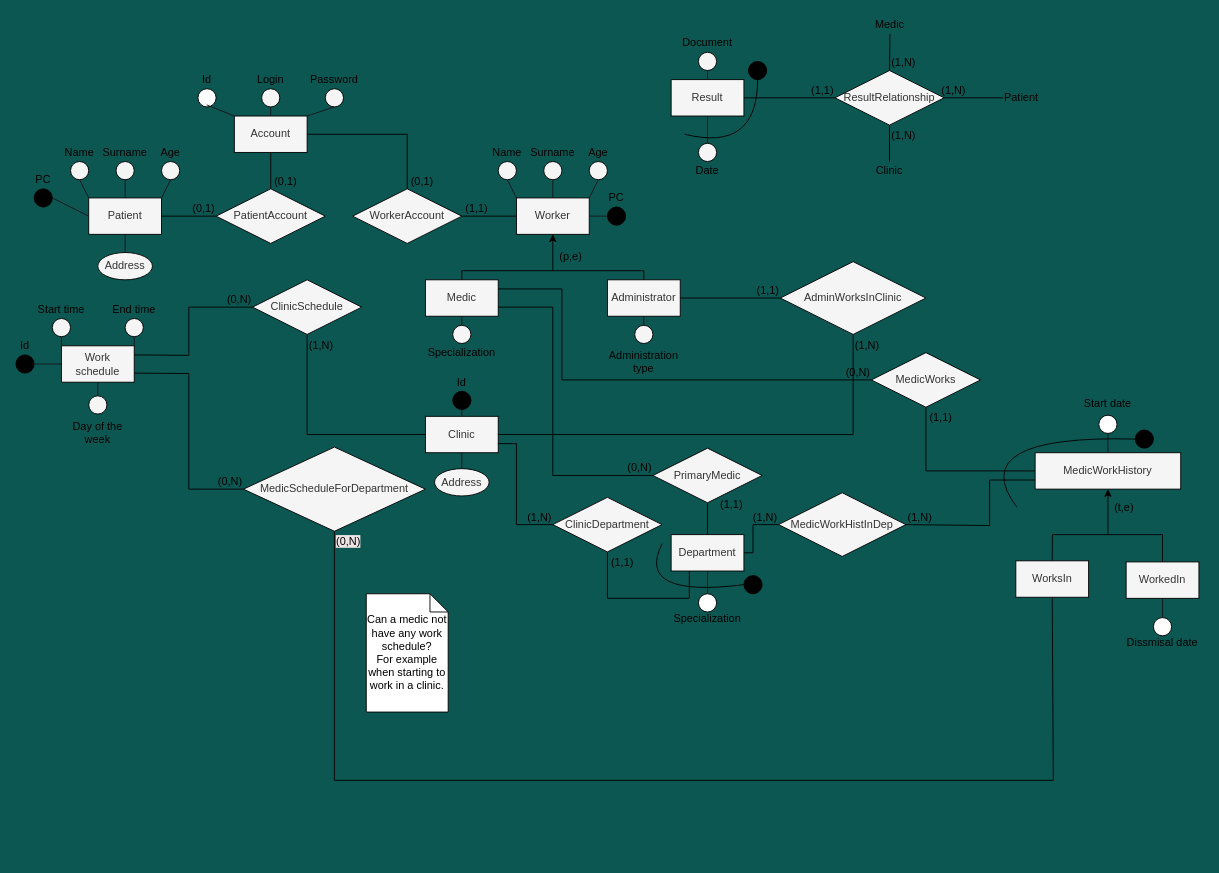
This is Untitled Diagram.drawio from UniFI-Students/DBIS, a draw.io file, before an edit. Source tidied: cells renumbered, new cells numbered last; positions are measured from the earlier drawing's top-left corner, leaving out a move shared by most shapes. Both pictures are drawn from the tidied source at 91%, with x=0, y=0 at pixel (15, 15).
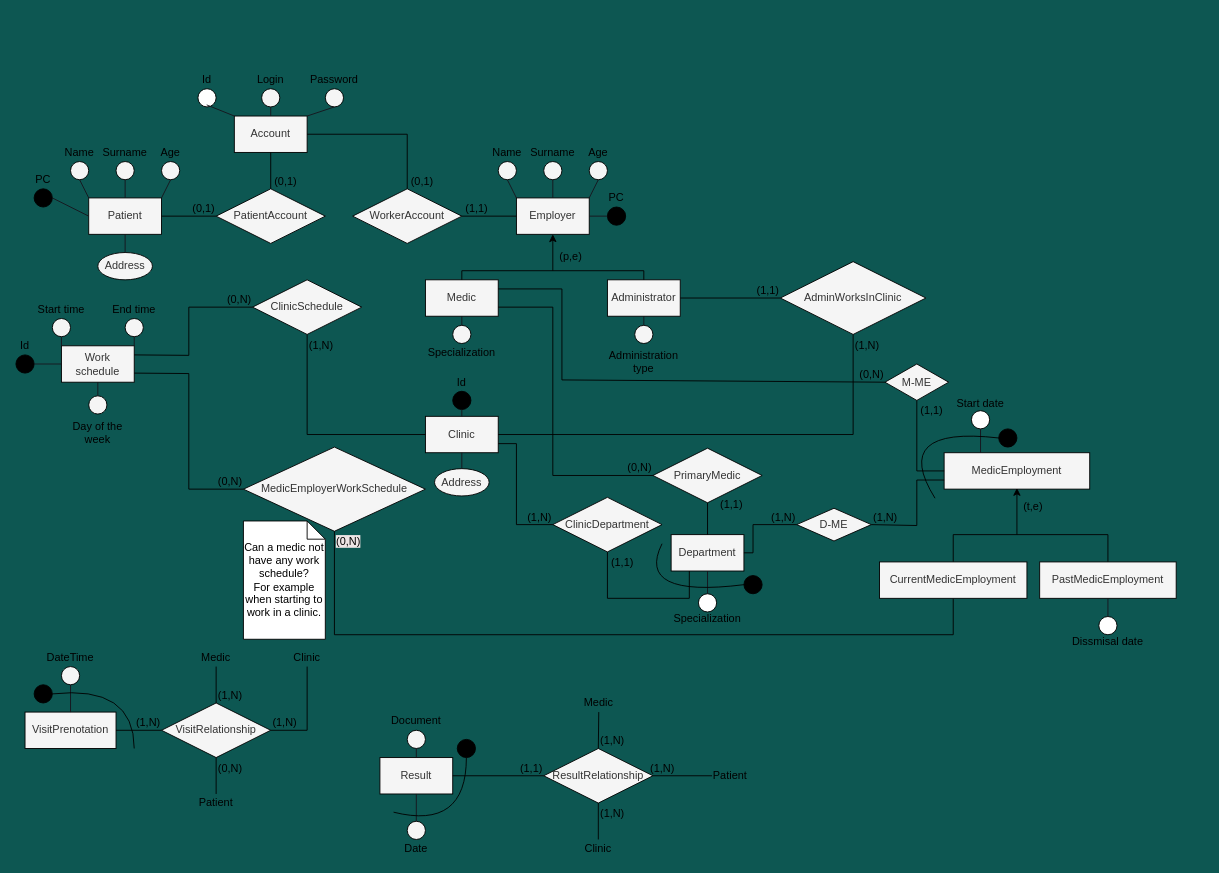
The same diagram, later.

Diff of the diagram source:
```diff
@@
     <mxCell id="4" value="Result" style="whiteSpace=wrap;html=1;align=center;fillColor=#f5f5f5;fontColor=#333333;strokeColor=#000000;" parent="1" vertex="1">
-      <mxGeometry x="720" y="70" width="80" height="40" as="geometry" />
+      <mxGeometry x="400" y="815" width="80" height="40" as="geometry" />
     </mxCell>
@@
-    <mxCell id="16" value="Worker" style="whiteSpace=wrap;html=1;align=center;fillColor=#f5f5f5;fontColor=#333333;strokeColor=#000000;" parent="1" vertex="1">
+    <mxCell id="16" value="Employer" style="whiteSpace=wrap;html=1;align=center;fillColor=#f5f5f5;fontColor=#333333;strokeColor=#000000;" parent="1" vertex="1">
       <mxGeometry x="550" y="200" width="80" height="40" as="geometry" />
     </mxCell>
@@
     <mxCell id="75" style="ellipse;whiteSpace=wrap;html=1;fillColor=#f5f5f5;fontColor=#333333;strokeColor=#000000;" parent="1" vertex="1">
-      <mxGeometry x="750" y="40" width="20" height="20" as="geometry" />
+      <mxGeometry x="430" y="785" width="20" height="20" as="geometry" />
     </mxCell>
     <mxCell id="76" value="Document" style="text;html=1;align=center;verticalAlign=middle;whiteSpace=wrap;rounded=0;fontColor=#000000;" parent="1" vertex="1">
-      <mxGeometry x="750" y="20" width="20" height="20" as="geometry" />
+      <mxGeometry x="410" y="765" width="60" height="20" as="geometry" />
     </mxCell>
@@
     <mxCell id="79" style="ellipse;whiteSpace=wrap;html=1;fillColor=#f5f5f5;fontColor=#333333;strokeColor=#000000;" parent="1" vertex="1">
-      <mxGeometry x="750" y="140" width="20" height="20" as="geometry" />
+      <mxGeometry x="430" y="885" width="20" height="20" as="geometry" />
     </mxCell>
     <mxCell id="80" value="Date" style="text;html=1;align=center;verticalAlign=middle;whiteSpace=wrap;rounded=0;fontColor=#000000;" parent="1" vertex="1">
-      <mxGeometry x="750" y="160" width="20" height="20" as="geometry" />
+      <mxGeometry x="430" y="905" width="20" height="20" as="geometry" />
     </mxCell>
@@
-    <mxCell id="87" value="MedicScheduleForDepartment" style="shape=rhombus;perimeter=rhombusPerimeter;whiteSpace=wrap;html=1;align=center;strokeColor=#000000;fillColor=#f5f5f5;fontColor=#333333;" parent="1" vertex="1">
+    <mxCell id="87" value="MedicEmployerWorkSchedule" style="shape=rhombus;perimeter=rhombusPerimeter;whiteSpace=wrap;html=1;align=center;strokeColor=#000000;fillColor=#f5f5f5;fontColor=#333333;" parent="1" vertex="1">
       <mxGeometry x="250" y="473.8" width="200" height="92.5" as="geometry" />
     </mxCell>
@@
     <mxCell id="90" value="Can a medic not have any work schedule?&lt;br&gt;For example when starting to work in a clinic." style="shape=note;size=20;whiteSpace=wrap;html=1;" parent="1" vertex="1">
-      <mxGeometry x="385" y="635" width="90" height="130" as="geometry" />
+      <mxGeometry x="250" y="555" width="90" height="130" as="geometry" />
     </mxCell>
@@
     <mxCell id="113" style="endArrow=none;html=1;rounded=0;strokeColor=#000000;fontColor=#000000;entryX=0.5;entryY=1;entryDx=0;entryDy=0;exitX=0.5;exitY=1;exitDx=0;exitDy=0;" parent="1" edge="1" source="129" target="87">
       <mxGeometry relative="1" as="geometry">
         <Array as="points">
-          <mxPoint x="1140" y="840" />
-          <mxPoint x="350" y="840" />
+          <mxPoint x="1030" y="680" />
+          <mxPoint x="350" y="680" />
         </Array>
       </mxGeometry>
     </mxCell>
@@
-    <mxCell id="122" value="MedicWorkHistory" style="whiteSpace=wrap;html=1;align=center;fillColor=#f5f5f5;fontColor=#333333;strokeColor=#000000;" parent="1" vertex="1">
-      <mxGeometry x="1120" y="480" width="160" height="40" as="geometry" />
+    <mxCell id="122" value="MedicEmployment" style="whiteSpace=wrap;html=1;align=center;fillColor=#f5f5f5;fontColor=#333333;strokeColor=#000000;" parent="1" vertex="1">
+      <mxGeometry x="1020" y="480" width="160" height="40" as="geometry" />
     </mxCell>
     <mxCell id="123" style="endArrow=none;html=1;rounded=0;strokeColor=#000000;" parent="1" edge="1">
       <mxGeometry relative="1" as="geometry">
-        <mxPoint x="1139" y="570" as="sourcePoint" />
-        <mxPoint x="1260" y="570" as="targetPoint" />
+        <mxPoint x="1030" y="570" as="sourcePoint" />
+        <mxPoint x="1200" y="570" as="targetPoint" />
       </mxGeometry>
     </mxCell>
     <mxCell id="124" style="endArrow=classic;html=1;rounded=0;strokeColor=#000000;" parent="1" edge="1">
       <mxGeometry relative="1" as="geometry">
-        <mxPoint x="1200" y="570" as="sourcePoint" />
-        <mxPoint x="1200" y="520" as="targetPoint" />
+        <mxPoint x="1100" y="570" as="sourcePoint" />
+        <mxPoint x="1100" y="518.8" as="targetPoint" />
       </mxGeometry>
     </mxCell>
     <mxCell id="125" value="(t,e)" style="text;html=1;strokeColor=none;fillColor=none;align=center;verticalAlign=middle;whiteSpace=wrap;rounded=0;fontColor=#000000;" parent="1" vertex="1">
-      <mxGeometry x="1207.5" y="535" width="20" height="10" as="geometry" />
+      <mxGeometry x="1107.5" y="533.8" width="20" height="10" as="geometry" />
     </mxCell>
     <mxCell id="126" style="endArrow=none;html=1;rounded=0;strokeColor=#000000;exitX=0.5;exitY=0;exitDx=0;exitDy=0;" parent="1" edge="1" source="128">
       <mxGeometry relative="1" as="geometry">
-        <mxPoint x="1260" y="570" as="targetPoint" />
+        <mxPoint x="1200" y="570" as="targetPoint" />
       </mxGeometry>
     </mxCell>
     <mxCell id="127" style="endArrow=none;html=1;rounded=0;strokeColor=#000000;exitX=0.5;exitY=0;exitDx=0;exitDy=0;" parent="1" edge="1" source="129">
       <mxGeometry relative="1" as="geometry">
-        <mxPoint x="1139" y="570" as="targetPoint" />
+        <mxPoint x="1030" y="570" as="targetPoint" />
       </mxGeometry>
     </mxCell>
-    <mxCell id="128" value="WorkedIn" style="whiteSpace=wrap;html=1;align=center;fillColor=#f5f5f5;fontColor=#333333;strokeColor=#000000;" parent="1" vertex="1">
-      <mxGeometry x="1220" y="600" width="80" height="40" as="geometry" />
+    <mxCell id="128" value="PastMedicEmployment" style="whiteSpace=wrap;html=1;align=center;fillColor=#f5f5f5;fontColor=#333333;strokeColor=#000000;" parent="1" vertex="1">
+      <mxGeometry x="1125" y="600" width="150" height="40" as="geometry" />
     </mxCell>
-    <mxCell id="129" value="WorksIn" style="whiteSpace=wrap;html=1;align=center;fillColor=#f5f5f5;fontColor=#333333;strokeColor=#000000;" parent="1" vertex="1">
-      <mxGeometry x="1098.8" y="598.8" width="80" height="40" as="geometry" />
+    <mxCell id="129" value="CurrentMedicEmployment" style="whiteSpace=wrap;html=1;align=center;fillColor=#f5f5f5;fontColor=#333333;strokeColor=#000000;" parent="1" vertex="1">
+      <mxGeometry x="949" y="600" width="162" height="40" as="geometry" />
     </mxCell>
     <mxCell id="130" value="Start date" style="text;html=1;align=center;verticalAlign=middle;whiteSpace=wrap;rounded=0;fontColor=#000000;" parent="1" vertex="1">
-      <mxGeometry x="1170" y="418.8" width="60" height="15" as="geometry" />
+      <mxGeometry x="1030" y="418.8" width="60" height="15" as="geometry" />
     </mxCell>
     <mxCell id="131" style="ellipse;whiteSpace=wrap;html=1;fillColor=#FFFFFF;fontColor=#333333;strokeColor=#000000;" parent="1" vertex="1">
-      <mxGeometry x="1190" y="438.8" width="20" height="20" as="geometry" />
+      <mxGeometry x="1050" y="433.8" width="20" height="20" as="geometry" />
     </mxCell>
-    <mxCell id="132" style="endArrow=none;html=1;rounded=0;strokeColor=#18141d;entryX=0.5;entryY=0;entryDx=0;entryDy=0;exitX=0.5;exitY=1;exitDx=0;exitDy=0;" parent="1" edge="1" source="131" target="122">
+    <mxCell id="132" style="endArrow=none;html=1;rounded=0;strokeColor=#18141d;entryX=0.25;entryY=0;entryDx=0;entryDy=0;exitX=0.5;exitY=1;exitDx=0;exitDy=0;" parent="1" edge="1" source="131" target="122">
       <mxGeometry relative="1" as="geometry" />
     </mxCell>
     <mxCell id="133" value="Dissmisal date" style="text;html=1;align=center;verticalAlign=middle;whiteSpace=wrap;rounded=0;fontColor=#000000;" parent="1" vertex="1">
-      <mxGeometry x="1215" y="681.2" width="90" height="15" as="geometry" />
+      <mxGeometry x="1155" y="680" width="90" height="15" as="geometry" />
     </mxCell>
     <mxCell id="134" style="ellipse;whiteSpace=wrap;html=1;fillColor=#FFFFFF;fontColor=#333333;strokeColor=#000000;" parent="1" vertex="1">
-      <mxGeometry x="1250" y="661.2" width="20" height="20" as="geometry" />
+      <mxGeometry x="1190" y="660" width="20" height="20" as="geometry" />
     </mxCell>
@@
-    <mxCell id="136" value="MedicWorks" style="shape=rhombus;perimeter=rhombusPerimeter;whiteSpace=wrap;html=1;align=center;strokeColor=#000000;fillColor=#f5f5f5;fontColor=#333333;" parent="1" vertex="1">
-      <mxGeometry x="940" y="370" width="120" height="60" as="geometry" />
+    <mxCell id="136" value="M-ME" style="shape=rhombus;perimeter=rhombusPerimeter;whiteSpace=wrap;html=1;align=center;strokeColor=#000000;fillColor=#f5f5f5;fontColor=#333333;" parent="1" vertex="1">
+      <mxGeometry x="955" y="382.5" width="70" height="40" as="geometry" />
     </mxCell>
@@
     <mxCell id="139" style="endArrow=none;html=1;rounded=0;strokeColor=#000000;fontColor=#000000;exitX=0;exitY=0.5;exitDx=0;exitDy=0;entryX=0.5;entryY=1;entryDx=0;entryDy=0;" parent="1" edge="1" source="122" target="136">
       <mxGeometry relative="1" as="geometry">
         <Array as="points">
-          <mxPoint x="1000" y="500" />
+          <mxPoint x="990" y="500" />
         </Array>
       </mxGeometry>
     </mxCell>
@@
-    <mxCell id="141" value="MedicWorkHistInDep" style="shape=rhombus;perimeter=rhombusPerimeter;whiteSpace=wrap;html=1;align=center;strokeColor=#000000;fillColor=#f5f5f5;fontColor=#333333;" parent="1" vertex="1">
-      <mxGeometry x="838" y="524" width="140" height="70" as="geometry" />
+    <mxCell id="141" value="D-ME" style="shape=rhombus;perimeter=rhombusPerimeter;whiteSpace=wrap;html=1;align=center;strokeColor=#000000;fillColor=#f5f5f5;fontColor=#333333;" parent="1" vertex="1">
+      <mxGeometry x="858" y="541" width="82" height="36" as="geometry" />
     </mxCell>
@@
     <mxCell id="144" style="endArrow=none;html=1;rounded=0;strokeColor=#000000;fontColor=#000000;exitX=0;exitY=0.75;exitDx=0;exitDy=0;entryX=1;entryY=0.5;entryDx=0;entryDy=0;" parent="1" edge="1" source="122" target="141">
       <mxGeometry relative="1" as="geometry">
         <Array as="points">
-          <mxPoint x="1070" y="510" />
-          <mxPoint x="1070" y="560" />
+          <mxPoint x="990" y="510" />
+          <mxPoint x="990" y="560" />
         </Array>
       </mxGeometry>
     </mxCell>
@@
     <mxCell id="146" style="ellipse;whiteSpace=wrap;html=1;fillColor=#000000;fontColor=#333333;strokeColor=#000000;" parent="1" vertex="1">
-      <mxGeometry x="1230" y="455" width="20" height="20" as="geometry" />
+      <mxGeometry x="1080" y="453.8" width="20" height="20" as="geometry" />
     </mxCell>
     <mxCell id="147" style="curved=1;endArrow=none;html=1;rounded=0;endFill=0;exitX=0;exitY=0.5;exitDx=0;exitDy=0;strokeColor=#000000;" parent="1" edge="1" source="146">
       <mxGeometry relative="1" as="geometry">
-        <mxPoint x="1100" y="540" as="targetPoint" />
+        <mxPoint x="1010" y="530" as="targetPoint" />
         <Array as="points">
-          <mxPoint x="1040" y="460" />
+          <mxPoint x="960" y="450" />
         </Array>
       </mxGeometry>
     </mxCell>
     <mxCell id="148" value="ResultRelationship" style="shape=rhombus;perimeter=rhombusPerimeter;whiteSpace=wrap;html=1;align=center;strokeColor=#000000;fillColor=#f5f5f5;fontColor=#333333;" parent="1" vertex="1">
-      <mxGeometry x="900" y="60" width="120" height="60" as="geometry" />
+      <mxGeometry x="580" y="805" width="120" height="60" as="geometry" />
     </mxCell>
@@
     <mxCell id="151" style="ellipse;whiteSpace=wrap;html=1;fillColor=#000000;fontColor=#333333;strokeColor=#000000;" parent="1" vertex="1">
-      <mxGeometry x="805" y="50" width="20" height="20" as="geometry" />
+      <mxGeometry x="485" y="795" width="20" height="20" as="geometry" />
     </mxCell>
     <mxCell id="152" style="curved=1;endArrow=none;html=1;rounded=0;endFill=0;exitX=0.5;exitY=1;exitDx=0;exitDy=0;strokeColor=#000000;" parent="1" edge="1" source="151">
       <mxGeometry relative="1" as="geometry">
-        <mxPoint x="735" y="130" as="targetPoint" />
+        <mxPoint x="415" y="875" as="targetPoint" />
         <Array as="points">
-          <mxPoint x="815" y="150" />
+          <mxPoint x="495" y="895" />
         </Array>
       </mxGeometry>
     </mxCell>
@@
     <mxCell id="155" value="Medic" style="text;html=1;align=center;verticalAlign=middle;whiteSpace=wrap;rounded=0;fontColor=#000000;" parent="1" vertex="1">
-      <mxGeometry x="938" width="45" height="20" as="geometry" />
+      <mxGeometry x="618" y="745" width="45" height="20" as="geometry" />
     </mxCell>
     <mxCell id="156" value="Patient" style="text;html=1;align=center;verticalAlign=middle;whiteSpace=wrap;rounded=0;fontColor=#000000;" parent="1" vertex="1">
-      <mxGeometry x="1085" y="80" width="40" height="20" as="geometry" />
+      <mxGeometry x="765" y="825" width="40" height="20" as="geometry" />
     </mxCell>
@@
     <mxCell id="159" value="Clinic" style="text;html=1;align=center;verticalAlign=middle;whiteSpace=wrap;rounded=0;fontColor=#000000;" parent="1" vertex="1">
-      <mxGeometry x="940" y="160" width="40" height="20" as="geometry" />
+      <mxGeometry x="620" y="905" width="40" height="20" as="geometry" />
     </mxCell>
@@
+    <mxCell id="162" value="VisitPrenotation" style="whiteSpace=wrap;html=1;align=center;fillColor=#f5f5f5;fontColor=#333333;strokeColor=#000000;" parent="1" vertex="1">
+      <mxGeometry x="10" y="765" width="100" height="40" as="geometry" />
+    </mxCell>
+    <mxCell id="163" style="endArrow=none;html=1;rounded=0;strokeColor=#18141d;entryX=0.5;entryY=0;entryDx=0;entryDy=0;exitX=0.5;exitY=1;exitDx=0;exitDy=0;" parent="1" edge="1" source="164" target="162">
+      <mxGeometry relative="1" as="geometry" />
+    </mxCell>
+    <mxCell id="164" style="ellipse;whiteSpace=wrap;html=1;fillColor=#f5f5f5;fontColor=#333333;strokeColor=#000000;" parent="1" vertex="1">
+      <mxGeometry x="50" y="715" width="20" height="20" as="geometry" />
+    </mxCell>
+    <mxCell id="165" value="DateTime" style="text;html=1;align=center;verticalAlign=middle;whiteSpace=wrap;rounded=0;fontColor=#000000;" parent="1" vertex="1">
+      <mxGeometry x="35" y="695" width="50" height="20" as="geometry" />
+    </mxCell>
+    <mxCell id="166" value="Medic" style="text;html=1;align=center;verticalAlign=middle;whiteSpace=wrap;rounded=0;fontColor=#000000;" parent="1" vertex="1">
+      <mxGeometry x="200" y="695" width="40" height="20" as="geometry" />
+    </mxCell>
+    <mxCell id="167" style="endArrow=none;html=1;rounded=0;strokeColor=#000000;fontColor=#000000;entryX=0;entryY=0.5;entryDx=0;entryDy=0;exitX=1;exitY=0.5;exitDx=0;exitDy=0;" parent="1" edge="1" source="162" target="170">
+      <mxGeometry relative="1" as="geometry" />
+    </mxCell>
+    <mxCell id="168" value="(1,N)" style="html=1;whiteSpace=wrap;align=right;verticalAlign=bottom;fontColor=#000000;" parent="167" vertex="1">
+      <mxGeometry x="1" relative="1" as="geometry" />
+    </mxCell>
+    <mxCell id="169" value="Clinic" style="text;html=1;align=center;verticalAlign=middle;whiteSpace=wrap;rounded=0;fontColor=#000000;" parent="1" vertex="1">
+      <mxGeometry x="300" y="695" width="40" height="20" as="geometry" />
+    </mxCell>
+    <mxCell id="170" value="VisitRelationship" style="shape=rhombus;perimeter=rhombusPerimeter;whiteSpace=wrap;html=1;align=center;strokeColor=#000000;fillColor=#f5f5f5;fontColor=#333333;" parent="1" vertex="1">
+      <mxGeometry x="160" y="755" width="120" height="60" as="geometry" />
+    </mxCell>
+    <mxCell id="171" value="Patient" style="text;html=1;align=center;verticalAlign=middle;whiteSpace=wrap;rounded=0;fontColor=#000000;" parent="1" vertex="1">
+      <mxGeometry x="200" y="855" width="40" height="20" as="geometry" />
+    </mxCell>
+    <mxCell id="172" style="endArrow=none;html=1;rounded=0;strokeColor=#000000;fontColor=#000000;entryX=0.5;entryY=1;entryDx=0;entryDy=0;exitX=0.5;exitY=0;exitDx=0;exitDy=0;" parent="1" edge="1" source="171" target="170">
+      <mxGeometry relative="1" as="geometry" />
+    </mxCell>
+    <mxCell id="173" value="(0,N)" style="html=1;whiteSpace=wrap;align=right;verticalAlign=bottom;fontColor=#000000;" parent="172" vertex="1">
+      <mxGeometry x="1" relative="1" as="geometry">
+        <mxPoint x="30" y="20" as="offset" />
+      </mxGeometry>
+    </mxCell>
+    <mxCell id="174" style="endArrow=none;html=1;rounded=0;strokeColor=#000000;fontColor=#000000;entryX=0.5;entryY=0;entryDx=0;entryDy=0;exitX=0.5;exitY=1;exitDx=0;exitDy=0;" parent="1" edge="1" source="166" target="170">
+      <mxGeometry relative="1" as="geometry" />
+    </mxCell>
+    <mxCell id="175" value="(1,N)" style="html=1;whiteSpace=wrap;align=right;verticalAlign=bottom;fontColor=#000000;" parent="174" vertex="1">
+      <mxGeometry x="1" relative="1" as="geometry">
+        <mxPoint x="30" as="offset" />
+      </mxGeometry>
+    </mxCell>
+    <mxCell id="176" style="endArrow=none;html=1;rounded=0;strokeColor=#000000;fontColor=#000000;entryX=1;entryY=0.5;entryDx=0;entryDy=0;exitX=0.5;exitY=1;exitDx=0;exitDy=0;" parent="1" edge="1" source="169" target="170">
+      <mxGeometry relative="1" as="geometry">
+        <Array as="points">
+          <mxPoint x="320" y="785" />
+        </Array>
+      </mxGeometry>
+    </mxCell>
+    <mxCell id="177" value="(1,N)" style="html=1;whiteSpace=wrap;align=right;verticalAlign=bottom;fontColor=#000000;" parent="176" vertex="1">
+      <mxGeometry x="1" relative="1" as="geometry">
+        <mxPoint x="30" as="offset" />
+      </mxGeometry>
+    </mxCell>
+    <mxCell id="178" style="ellipse;whiteSpace=wrap;html=1;fillColor=#000000;fontColor=#333333;strokeColor=#000000;" parent="1" vertex="1">
+      <mxGeometry x="20" y="735" width="20" height="20" as="geometry" />
+    </mxCell>
+    <mxCell id="179" style="curved=1;endArrow=none;html=1;rounded=0;endFill=0;exitX=1;exitY=0.5;exitDx=0;exitDy=0;strokeColor=#000000;" parent="1" edge="1" source="178">
+      <mxGeometry relative="1" as="geometry">
+        <mxPoint x="130" y="805" as="targetPoint" />
+        <Array as="points">
+          <mxPoint x="130" y="735" />
+        </Array>
+      </mxGeometry>
+    </mxCell>
```
